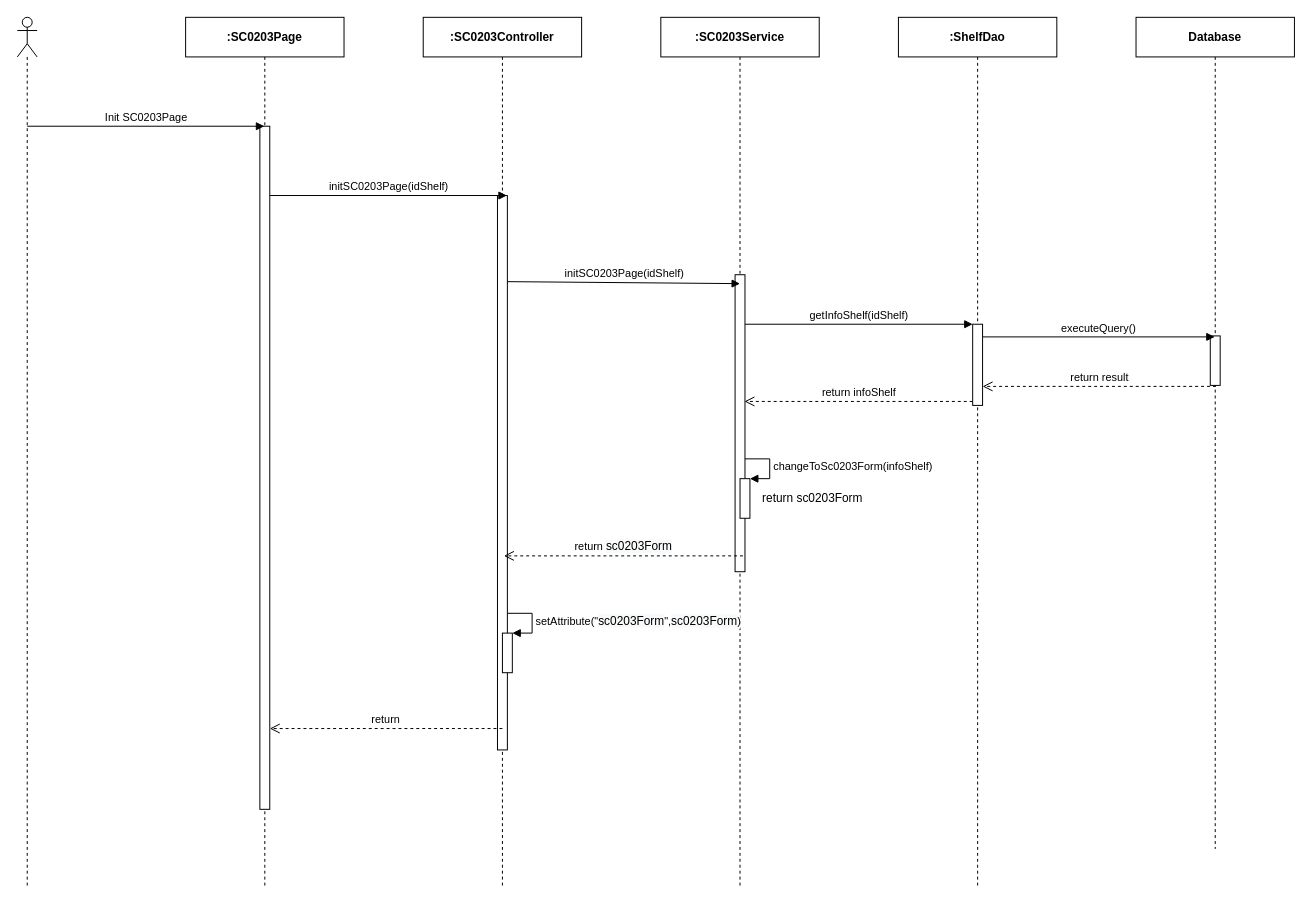
Above: page "Ev01" (1 of 3) of 2. Approved/SEQ Diagram/sc02/SC0203_EditShelf.drawio in luannmdev/CapstoneDocument (draw.io), before the change. Source tidied: cells renumbered, new cells numbered last; positions are measured from the earlier drawing's top-left corner, leaving out a move shared by most shapes. Both pictures are drawn from the tidied source at 99%, with x=0, y=0 at pixel (17, 17).
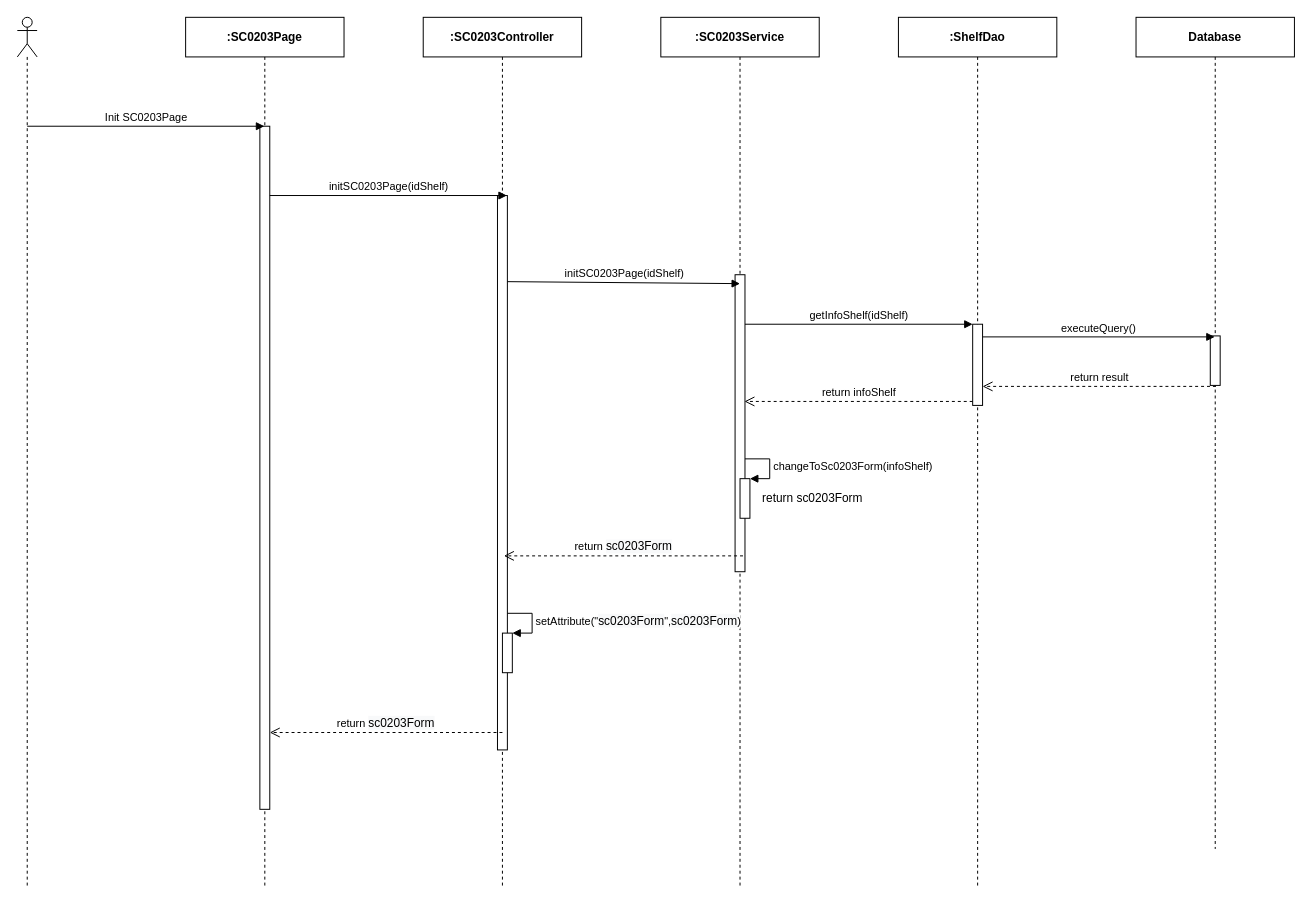
The same diagram, later.

The edit, as a diff of the source:
```diff
@@
-    <mxCell id="19" value="return" style="html=1;verticalAlign=bottom;endArrow=open;dashed=1;endSize=8;" parent="1" edge="1">
+    <mxCell id="19" value="return&amp;nbsp;&lt;span style=&quot;font-size: 12px ; background-color: rgb(248 , 249 , 250)&quot;&gt;sc0203Form&lt;/span&gt;" style="html=1;verticalAlign=bottom;endArrow=open;dashed=1;endSize=8;" parent="1" edge="1">
       <mxGeometry relative="1" as="geometry">
-        <mxPoint x="490" y="718.4" as="sourcePoint" />
-        <mxPoint x="255" y="718.4" as="targetPoint" />
+        <mxPoint x="490" y="722.4" as="sourcePoint" />
+        <mxPoint x="255" y="722.4" as="targetPoint" />
       </mxGeometry>
     </mxCell>
```
